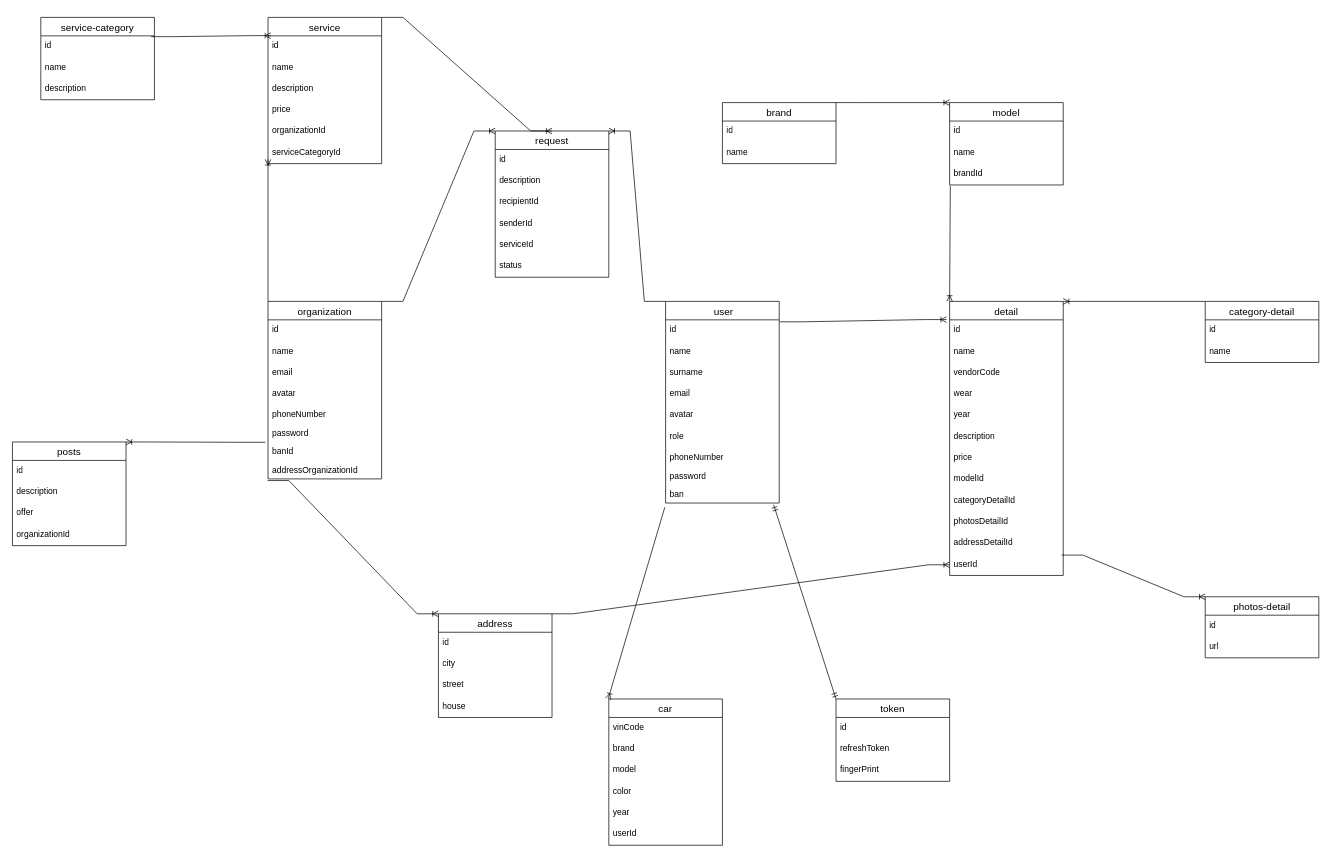
The draw.io diagram page "Страница — 2" (2 of 2) of server/assets/schema-db.drawio in basharinandrej/cars, before the edit. Source tidied: cells renumbered, new cells numbered last; positions are measured from the earlier drawing's top-left corner, leaving out a move shared by most shapes. Both pictures are drawn from the tidied source at 71%, with x=0, y=0 at pixel (12, 17).
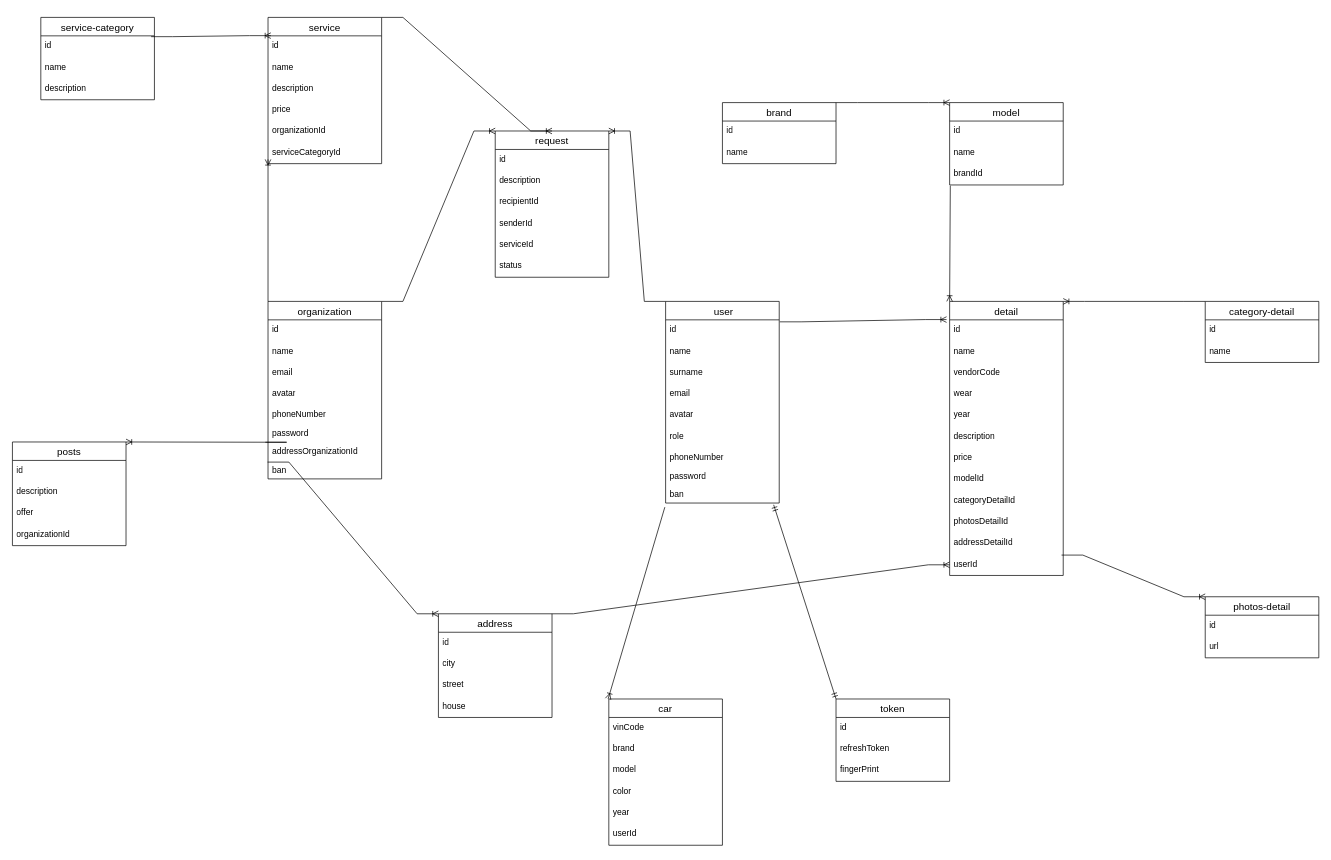
The same page after the edit.

Unchanged cells that the change refers to:
```xml
<mxCell id="48" value="organization" style="swimlane;fontStyle=0;horizontal=1;startSize=26;align=center;fontSize=14;" parent="1" vertex="1">
  <mxGeometry x="360" y="400" width="160" height="250" as="geometry" />
</mxCell>
<mxCell id="57" value="posts" style="swimlane;fontStyle=0;horizontal=1;startSize=26;align=center;fontSize=14;" parent="1" vertex="1">
  <mxGeometry y="598" width="160" height="146" as="geometry" />
</mxCell>
```

The edit, as a diff of the source:
```diff
@@
-    <mxCell id="55" value="banId" style="text;strokeColor=none;fillColor=none;spacingLeft=4;spacingRight=4;overflow=hidden;points=[[0,0.5],[1,0.5]];portConstraint=eastwest;fontSize=12;whiteSpace=wrap;html=1;" parent="48" vertex="1">
-      <mxGeometry y="198" width="160" height="26" as="geometry" />
-    </mxCell>
     <mxCell id="56" value="addressOrganizationId" style="text;strokeColor=none;fillColor=none;spacingLeft=4;spacingRight=4;overflow=hidden;points=[[0,0.5],[1,0.5]];portConstraint=eastwest;fontSize=12;whiteSpace=wrap;html=1;" parent="48" vertex="1">
-      <mxGeometry y="224" width="160" height="26" as="geometry" />
+      <mxGeometry y="198" width="160" height="26" as="geometry" />
     </mxCell>
+    <mxCell id="101" value="ban" style="text;strokeColor=none;fillColor=none;spacingLeft=4;spacingRight=4;overflow=hidden;fontSize=12;whiteSpace=wrap;html=1;" parent="48" vertex="1">
+      <mxGeometry y="224" width="160" height="26" as="geometry" />
+    </mxCell>
@@
-    <mxCell id="62" style="edgeStyle=entityRelationEdgeStyle;fontSize=12;html=1;endArrow=ERoneToMany;rounded=0;entryX=1;entryY=0;entryDx=0;entryDy=0;exitX=-0.024;exitY=0.017;exitDx=0;exitDy=0;exitPerimeter=0;" parent="1" edge="1" source="55" target="57">
+    <mxCell id="62" style="edgeStyle=entityRelationEdgeStyle;fontSize=12;html=1;endArrow=ERoneToMany;rounded=0;entryX=1;entryY=0;entryDx=0;entryDy=0;exitX=-0.024;exitY=0.017;exitDx=0;exitDy=0;exitPerimeter=0;" parent="1" edge="1" target="57">
       <mxGeometry relative="1" as="geometry">
+        <mxPoint x="356.2" y="598.4" as="sourcePoint" />
         <Array as="points">
           <mxPoint x="330" y="656" />
         </Array>
       </mxGeometry>
     </mxCell>
```
